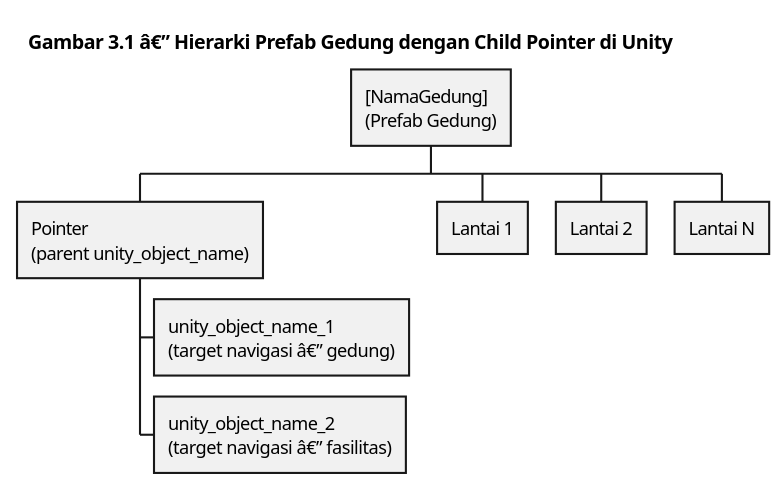
The PlantUML diagram diagrams/gambar-3-1-hierarki-prefab-unity.svg in Jokskuyy/workflow-ta-proyek, before a commit. Source of this version:
```plantuml
@startwbs gambar-3-1-hierarki-prefab-unity

skinparam backgroundColor #FFFFFF
skinparam shadowing false
skinparam defaultFontName "Segoe UI"
skinparam defaultFontSize 13
skinparam wbsDiagram {
  BackgroundColor #F2F2F2
  BorderColor #555555
  ArrowColor #444444
}

title Gambar 3.1 â€” Hierarki Prefab Gedung dengan Child Pointer di Unity

* [NamaGedung]\n(Prefab Gedung)
** Pointer\n(parent unity_object_name)
*** unity_object_name_1\n(target navigasi â€” gedung)
*** unity_object_name_2\n(target navigasi â€” fasilitas)
** Lantai 1
** Lantai 2
** Lantai N

@endwbs
```
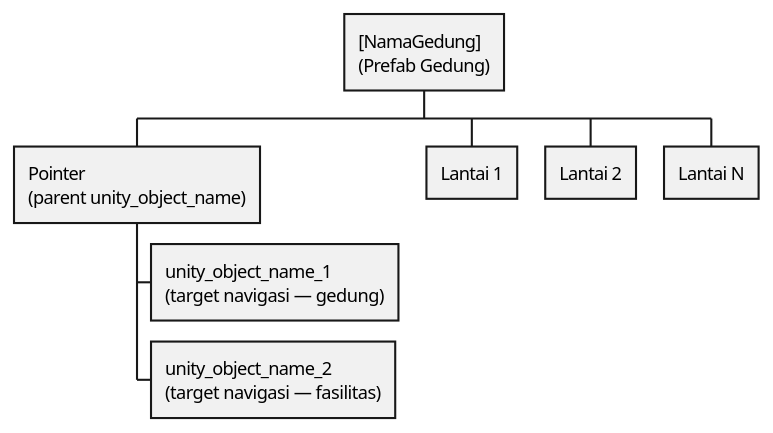
After the change.

Change to the diagram source:
```diff
@@ -10,12 +10,11 @@
   ArrowColor #444444
 }
 
-title Gambar 3.1 â€” Hierarki Prefab Gedung dengan Child Pointer di Unity
 
 * [NamaGedung]\n(Prefab Gedung)
 ** Pointer\n(parent unity_object_name)
-*** unity_object_name_1\n(target navigasi â€” gedung)
-*** unity_object_name_2\n(target navigasi â€” fasilitas)
+*** unity_object_name_1\n(target navigasi — gedung)
+*** unity_object_name_2\n(target navigasi — fasilitas)
 ** Lantai 1
 ** Lantai 2
 ** Lantai N
```
